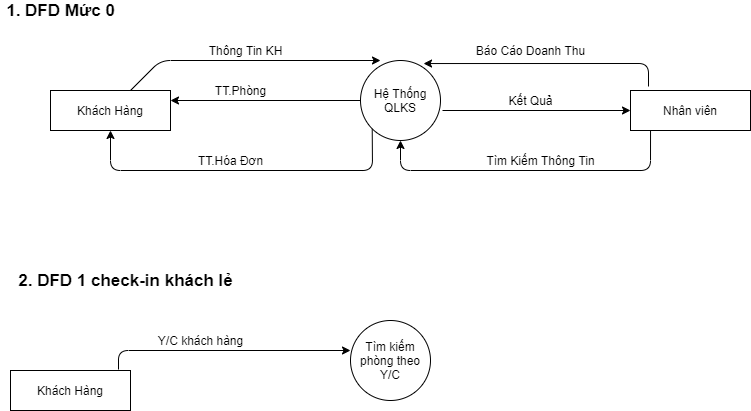
Above: DFD-hotel.png in maialino123/QLKS (draw.io), before the change. Source tidied: cells renumbered, new cells last; positions are measured from the earlier drawing's top-left corner, leaving out a move shared by most shapes.
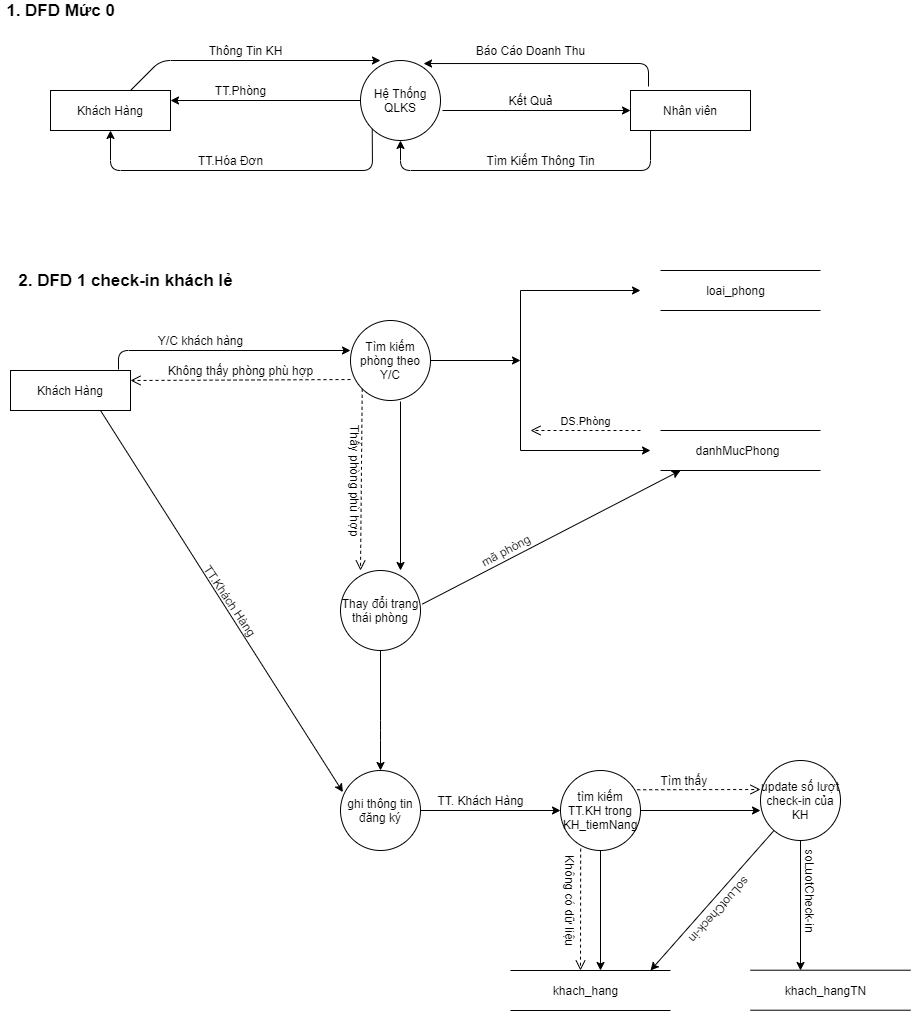
Later version of the same file.

The edit, as a diff of the source:
```diff
@@ -92,5 +92,198 @@
     <mxCell id="22" value="Tìm kiếm phòng theo Y/C" style="ellipse;whiteSpace=wrap;html=1;" parent="1" vertex="1">
       <mxGeometry x="350" y="320" width="80" height="80" as="geometry" />
     </mxCell>
+    <mxCell id="23" style="endArrow=classic;html=1;exitX=1;exitY=0.5;exitDx=0;exitDy=0;" parent="1" edge="1" source="22">
+      <mxGeometry relative="1" as="geometry">
+        <mxPoint x="520" y="360" as="targetPoint" />
+      </mxGeometry>
+    </mxCell>
+    <mxCell id="24" style="endArrow=none;html=1;" parent="1" edge="1">
+      <mxGeometry relative="1" as="geometry">
+        <mxPoint x="520" y="290" as="sourcePoint" />
+        <mxPoint x="520" y="450" as="targetPoint" />
+      </mxGeometry>
+    </mxCell>
+    <mxCell id="25" style="endArrow=classic;html=1;" parent="1" edge="1">
+      <mxGeometry relative="1" as="geometry">
+        <mxPoint x="520" y="290" as="sourcePoint" />
+        <mxPoint x="640" y="290" as="targetPoint" />
+      </mxGeometry>
+    </mxCell>
+    <mxCell id="26" style="endArrow=classic;html=1;" parent="1" edge="1">
+      <mxGeometry relative="1" as="geometry">
+        <mxPoint x="520" y="450" as="sourcePoint" />
+        <mxPoint x="650" y="450" as="targetPoint" />
+      </mxGeometry>
+    </mxCell>
+    <mxCell id="27" style="endArrow=none;html=1;" parent="1" edge="1">
+      <mxGeometry relative="1" as="geometry">
+        <mxPoint x="660" y="430" as="sourcePoint" />
+        <mxPoint x="820" y="430" as="targetPoint" />
+      </mxGeometry>
+    </mxCell>
+    <mxCell id="28" style="endArrow=none;html=1;" parent="1" edge="1">
+      <mxGeometry relative="1" as="geometry">
+        <mxPoint x="660" y="470" as="sourcePoint" />
+        <mxPoint x="820" y="470" as="targetPoint" />
+      </mxGeometry>
+    </mxCell>
+    <mxCell id="29" style="endArrow=none;html=1;" parent="1" edge="1">
+      <mxGeometry relative="1" as="geometry">
+        <mxPoint x="660" y="270" as="sourcePoint" />
+        <mxPoint x="820" y="270" as="targetPoint" />
+      </mxGeometry>
+    </mxCell>
+    <mxCell id="30" style="endArrow=none;html=1;" parent="1" edge="1">
+      <mxGeometry relative="1" as="geometry">
+        <mxPoint x="660" y="310" as="sourcePoint" />
+        <mxPoint x="820" y="310" as="targetPoint" />
+      </mxGeometry>
+    </mxCell>
+    <mxCell id="31" value="loai_phong" style="text;html=1;align=center;verticalAlign=middle;" parent="1" vertex="1">
+      <mxGeometry x="700" y="280" width="70" height="20" as="geometry" />
+    </mxCell>
+    <mxCell id="32" value="danhMucPhong" style="text;html=1;align=center;verticalAlign=middle;" parent="1" vertex="1">
+      <mxGeometry x="687" y="440" width="100" height="20" as="geometry" />
+    </mxCell>
+    <mxCell id="33" value="DS.Phòng" style="html=1;verticalAlign=bottom;endArrow=open;dashed=1;endSize=8;" parent="1" edge="1">
+      <mxGeometry relative="1" as="geometry">
+        <mxPoint x="640" y="430" as="sourcePoint" />
+        <mxPoint x="530" y="430" as="targetPoint" />
+      </mxGeometry>
+    </mxCell>
+    <mxCell id="34" style="html=1;verticalAlign=bottom;endArrow=open;dashed=1;endSize=8;exitX=0;exitY=0.738;exitDx=0;exitDy=0;exitPerimeter=0;entryX=1;entryY=0.25;entryDx=0;entryDy=0;" parent="1" edge="1" source="22" target="19">
+      <mxGeometry x="-0.25" y="-30" relative="1" as="geometry" />
+    </mxCell>
+    <mxCell id="35" value="Không thấy phòng phù hợp" style="text;html=1;align=center;verticalAlign=middle;" parent="1" vertex="1">
+      <mxGeometry x="160" y="360" width="160" height="20" as="geometry" />
+    </mxCell>
+    <mxCell id="36" style="html=1;verticalAlign=bottom;endArrow=open;dashed=1;endSize=8;exitX=0;exitY=1;exitDx=0;exitDy=0;" parent="1" edge="1" source="22">
+      <mxGeometry x="-0.25" y="-30" relative="1" as="geometry">
+        <mxPoint x="360" y="570" as="targetPoint" />
+      </mxGeometry>
+    </mxCell>
+    <mxCell id="37" style="endArrow=classic;html=1;" parent="1" edge="1">
+      <mxGeometry relative="1" as="geometry">
+        <mxPoint x="400" y="401" as="sourcePoint" />
+        <mxPoint x="400" y="570" as="targetPoint" />
+      </mxGeometry>
+    </mxCell>
+    <mxCell id="38" value="Thấy phòng phù hợp" style="text;html=1;align=center;verticalAlign=middle;rotation=90;" parent="1" vertex="1">
+      <mxGeometry x="290" y="470" width="130" height="20" as="geometry" />
+    </mxCell>
+    <mxCell id="39" value="Thay đổi trạng thái phòng" style="ellipse;whiteSpace=wrap;html=1;" parent="1" vertex="1">
+      <mxGeometry x="340" y="570" width="80" height="80" as="geometry" />
+    </mxCell>
+    <mxCell id="40" style="endArrow=classic;html=1;exitX=1.023;exitY=0.42;exitDx=0;exitDy=0;exitPerimeter=0;" parent="1" edge="1" source="39">
+      <mxGeometry relative="1" as="geometry">
+        <mxPoint x="680" y="470" as="targetPoint" />
+      </mxGeometry>
+    </mxCell>
+    <mxCell id="41" value="mã phòng" style="text;html=1;align=center;verticalAlign=middle;rotation=332;" parent="1" vertex="1">
+      <mxGeometry x="470" y="540" width="70" height="20" as="geometry" />
+    </mxCell>
+    <mxCell id="42" style="endArrow=classic;html=1;exitX=0.5;exitY=1;exitDx=0;exitDy=0;" parent="1" edge="1" source="39">
+      <mxGeometry relative="1" as="geometry">
+        <mxPoint x="380" y="770" as="targetPoint" />
+        <Array as="points">
+          <mxPoint x="380" y="730" />
+        </Array>
+      </mxGeometry>
+    </mxCell>
+    <mxCell id="43" value="ghi thông tin đăng ký" style="ellipse;whiteSpace=wrap;html=1;" parent="1" vertex="1">
+      <mxGeometry x="340" y="770" width="80" height="80" as="geometry" />
+    </mxCell>
+    <mxCell id="44" style="endArrow=classic;html=1;exitX=0.75;exitY=1;exitDx=0;exitDy=0;entryX=0.03;entryY=0.27;entryDx=0;entryDy=0;entryPerimeter=0;" parent="1" edge="1" source="19" target="43">
+      <mxGeometry relative="1" as="geometry" />
+    </mxCell>
+    <mxCell id="45" value="TT.Khách Hàng" style="text;html=1;align=center;verticalAlign=middle;rotation=56;" parent="1" vertex="1">
+      <mxGeometry x="180" y="590" width="100" height="20" as="geometry" />
+    </mxCell>
+    <mxCell id="46" style="endArrow=classic;html=1;exitX=1;exitY=0.5;exitDx=0;exitDy=0;" parent="1" edge="1" source="43">
+      <mxGeometry relative="1" as="geometry">
+        <mxPoint x="560" y="810" as="targetPoint" />
+      </mxGeometry>
+    </mxCell>
+    <mxCell id="47" value="TT. Khách Hàng" style="text;html=1;align=center;verticalAlign=middle;" parent="1" vertex="1">
+      <mxGeometry x="430" y="790" width="100" height="20" as="geometry" />
+    </mxCell>
+    <mxCell id="48" value="tìm kiếm TT.KH trong KH_tiemNang" style="ellipse;whiteSpace=wrap;html=1;" parent="1" vertex="1">
+      <mxGeometry x="560" y="770" width="80" height="80" as="geometry" />
+    </mxCell>
+    <mxCell id="49" style="html=1;verticalAlign=bottom;endArrow=open;dashed=1;endSize=8;exitX=0.252;exitY=0.977;exitDx=0;exitDy=0;exitPerimeter=0;" parent="1" edge="1" source="48">
+      <mxGeometry x="-0.25" y="-30" relative="1" as="geometry">
+        <mxPoint x="580" y="970" as="targetPoint" />
+      </mxGeometry>
+    </mxCell>
+    <mxCell id="50" value="Không có dữ liệu" style="text;html=1;align=center;verticalAlign=middle;rotation=90;" parent="1" vertex="1">
+      <mxGeometry x="515" y="890" width="110" height="20" as="geometry" />
+    </mxCell>
+    <mxCell id="51" style="endArrow=classic;html=1;exitX=0.5;exitY=1;exitDx=0;exitDy=0;" parent="1" edge="1" source="48">
+      <mxGeometry relative="1" as="geometry">
+        <mxPoint x="600" y="970" as="targetPoint" />
+      </mxGeometry>
+    </mxCell>
+    <mxCell id="52" style="endArrow=none;html=1;" parent="1" edge="1">
+      <mxGeometry relative="1" as="geometry">
+        <mxPoint x="510" y="970" as="sourcePoint" />
+        <mxPoint x="670" y="970" as="targetPoint" />
+      </mxGeometry>
+    </mxCell>
+    <mxCell id="53" style="endArrow=none;html=1;" parent="1" edge="1">
+      <mxGeometry relative="1" as="geometry">
+        <mxPoint x="510" y="1010" as="sourcePoint" />
+        <mxPoint x="670" y="1010" as="targetPoint" />
+      </mxGeometry>
+    </mxCell>
+    <mxCell id="54" value="khach_hang" style="text;html=1;align=center;verticalAlign=middle;" parent="1" vertex="1">
+      <mxGeometry x="545" y="980" width="80" height="20" as="geometry" />
+    </mxCell>
+    <mxCell id="55" style="html=1;verticalAlign=bottom;endArrow=open;dashed=1;endSize=8;exitX=0.959;exitY=0.241;exitDx=0;exitDy=0;exitPerimeter=0;" parent="1" edge="1" source="48">
+      <mxGeometry x="-0.25" y="-30" relative="1" as="geometry">
+        <mxPoint x="760" y="789" as="targetPoint" />
+      </mxGeometry>
+    </mxCell>
+    <mxCell id="56" value="Tìm thấy&amp;nbsp;" style="text;html=1;align=center;verticalAlign=middle;" parent="1" vertex="1">
+      <mxGeometry x="650" y="770" width="70" height="20" as="geometry" />
+    </mxCell>
+    <mxCell id="57" style="endArrow=classic;html=1;exitX=1;exitY=0.5;exitDx=0;exitDy=0;" parent="1" edge="1" source="48">
+      <mxGeometry relative="1" as="geometry">
+        <mxPoint x="760" y="810" as="targetPoint" />
+      </mxGeometry>
+    </mxCell>
+    <mxCell id="58" value="update số lượt check-in của KH" style="ellipse;whiteSpace=wrap;html=1;" parent="1" vertex="1">
+      <mxGeometry x="760" y="760" width="80" height="80" as="geometry" />
+    </mxCell>
+    <mxCell id="59" style="endArrow=classic;html=1;exitX=0.5;exitY=1;exitDx=0;exitDy=0;" parent="1" edge="1" source="58">
+      <mxGeometry relative="1" as="geometry">
+        <mxPoint x="800" y="970" as="targetPoint" />
+      </mxGeometry>
+    </mxCell>
+    <mxCell id="60" style="endArrow=none;html=1;" parent="1" edge="1">
+      <mxGeometry relative="1" as="geometry">
+        <mxPoint x="750" y="969.7" as="sourcePoint" />
+        <mxPoint x="910" y="969.7" as="targetPoint" />
+      </mxGeometry>
+    </mxCell>
+    <mxCell id="61" style="endArrow=none;html=1;" parent="1" edge="1">
+      <mxGeometry relative="1" as="geometry">
+        <mxPoint x="750" y="1009.7" as="sourcePoint" />
+        <mxPoint x="910" y="1009.7" as="targetPoint" />
+      </mxGeometry>
+    </mxCell>
+    <mxCell id="62" value="khach_hangTN" style="text;html=1;align=center;verticalAlign=middle;" parent="1" vertex="1">
+      <mxGeometry x="775" y="979.7" width="100" height="20" as="geometry" />
+    </mxCell>
+    <mxCell id="63" value="soLuotCheck-in" style="text;html=1;align=center;verticalAlign=middle;rotation=90;" parent="1" vertex="1">
+      <mxGeometry x="760" y="880" width="100" height="20" as="geometry" />
+    </mxCell>
+    <mxCell id="64" value="soLuotCheck-in" style="text;html=1;align=center;verticalAlign=middle;rotation=132;" parent="1" vertex="1">
+      <mxGeometry x="670" y="900" width="100" height="20" as="geometry" />
+    </mxCell>
+    <mxCell id="65" style="endArrow=classic;html=1;" parent="1" edge="1" source="58">
+      <mxGeometry relative="1" as="geometry">
+        <mxPoint x="650" y="970" as="targetPoint" />
+      </mxGeometry>
+    </mxCell>
   </root>
 </mxGraphModel>
```
